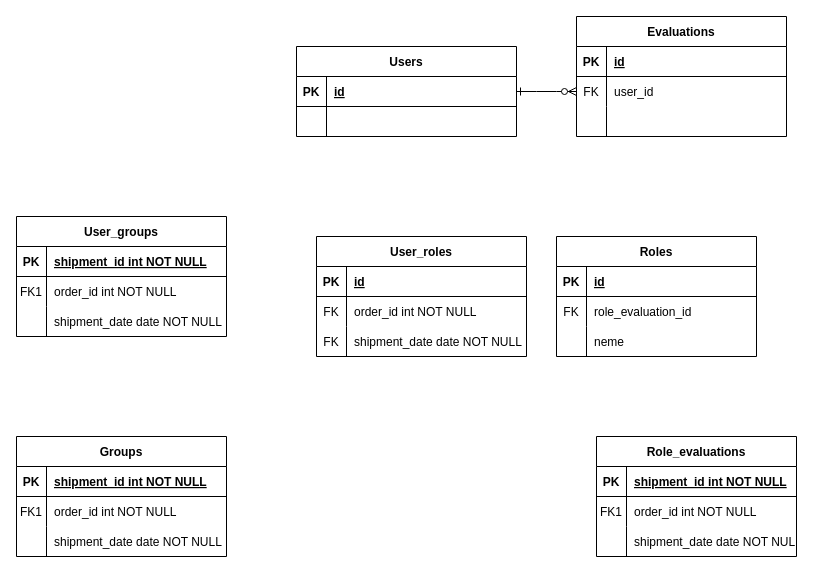
The draw.io diagram 名称未設定ファイル.drawio in satohirok/twitter_clone_ER, before the edit. Source tidied: cells renumbered, new cells numbered last; positions are measured from the earlier drawing's top-left corner, leaving out a move shared by most shapes. Both pictures are drawn from the tidied source at 100%, with x=0, y=0 at pixel (16, 16).
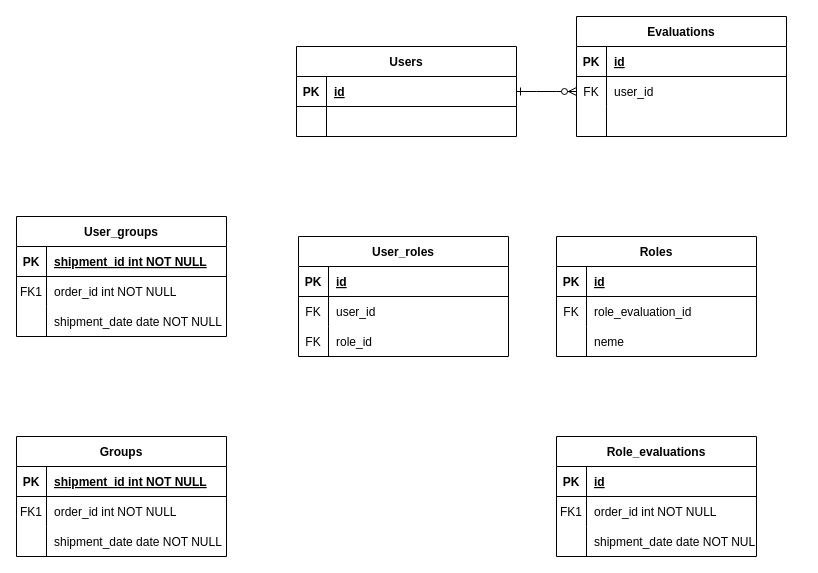
Above is the later version.

Commit message (it also covers changes not shown here):
名称未設定ファイル.drawio を更新します

The change refers to these unchanged cells:
```xml
<mxCell id="17" style="shape=partialRectangle;fillColor=none;top=0;left=0;right=0;bottom=0;" parent="13" vertex="1">
  <mxGeometry y="60" width="210" height="30" as="geometry" />
</mxCell>
<mxCell id="20" style="shape=partialRectangle;fillColor=none;top=0;left=0;right=0;bottom=0;" parent="13" vertex="1">
  <mxGeometry y="90" width="210" height="30" as="geometry" />
</mxCell>
<mxCell id="41" style="shape=partialRectangle;fillColor=none;top=0;left=0;right=0;bottom=1;" parent="40" vertex="1">
  <mxGeometry y="30" width="200" height="30" as="geometry" />
</mxCell>
```

Diff of the diagram source:
```diff
@@
     <mxCell id="13" value="User_roles" style="shape=table;startSize=30;childLayout=tableLayout;rowLines=0;fontStyle=1;align=center;" parent="1" vertex="1">
-      <mxGeometry x="300" y="220" width="210" height="120" as="geometry" />
+      <mxGeometry x="282" y="220" width="210" height="120" as="geometry" />
     </mxCell>
@@
-    <mxCell id="19" value="order_id int NOT NULL" style="shape=partialRectangle;overflow=hidden;fillColor=none;top=0;left=0;bottom=0;right=0;align=left;spacingLeft=6;" parent="17" vertex="1">
+    <mxCell id="19" value="user_id" style="shape=partialRectangle;overflow=hidden;fillColor=none;top=0;left=0;bottom=0;right=0;align=left;spacingLeft=6;" parent="17" vertex="1">
       <mxGeometry x="30" width="180" height="30" as="geometry" />
     </mxCell>
@@
-    <mxCell id="22" value="shipment_date date NOT NULL" style="shape=partialRectangle;overflow=hidden;fillColor=none;top=0;left=0;bottom=0;right=0;align=left;spacingLeft=6;" parent="20" vertex="1">
+    <mxCell id="22" value="role_id" style="shape=partialRectangle;overflow=hidden;fillColor=none;top=0;left=0;bottom=0;right=0;align=left;spacingLeft=6;" parent="20" vertex="1">
       <mxGeometry x="30" width="180" height="30" as="geometry" />
     </mxCell>
@@
     <mxCell id="40" value="Role_evaluations" style="shape=table;startSize=30;childLayout=tableLayout;rowLines=0;fontStyle=1;align=center;" parent="1" vertex="1">
-      <mxGeometry x="580" y="420" width="200" height="120" as="geometry" />
+      <mxGeometry x="540" y="420" width="200" height="120" as="geometry" />
     </mxCell>
@@
-    <mxCell id="43" value="shipment_id int NOT NULL " style="shape=partialRectangle;overflow=hidden;fillColor=none;top=0;left=0;bottom=0;right=0;align=left;spacingLeft=6;fontStyle=5;" parent="41" vertex="1">
+    <mxCell id="43" value="id" style="shape=partialRectangle;overflow=hidden;fillColor=none;top=0;left=0;bottom=0;right=0;align=left;spacingLeft=6;fontStyle=5;" parent="41" vertex="1">
       <mxGeometry x="30" width="170" height="30" as="geometry" />
     </mxCell>
```
